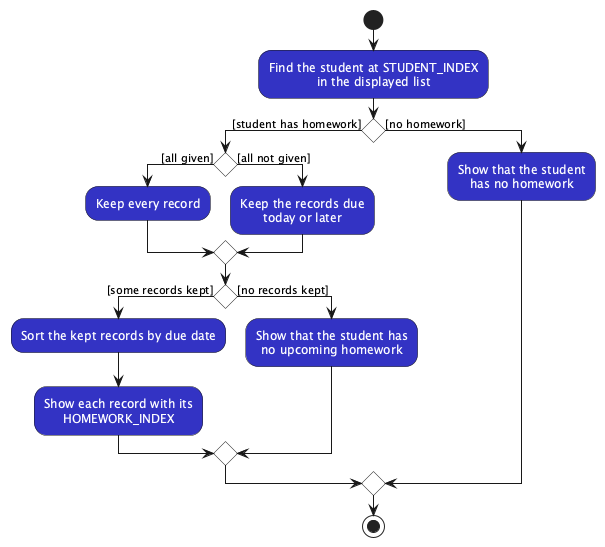
Before: docs/images/HomeworkListActivityDiagram.png, a diagram exported from PlantUML (AY2627S1-CS2103-F12-1/tp).
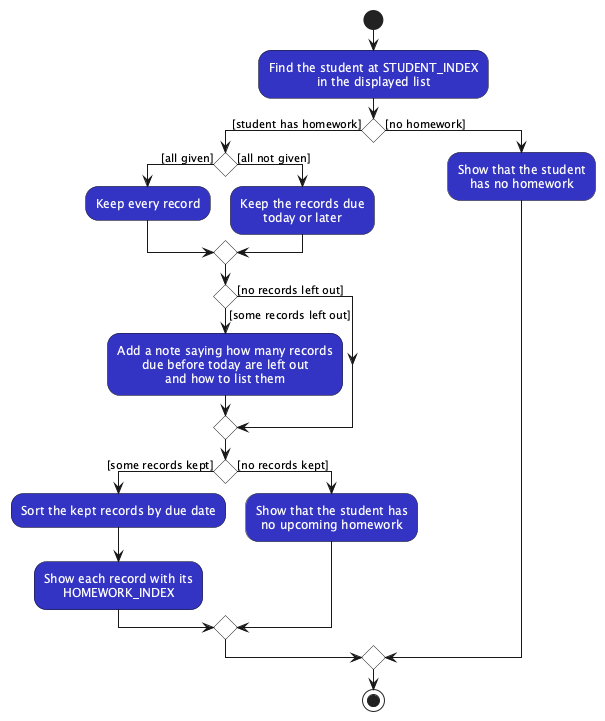
Later version of the same file.

Commit message:
Docs: Show the hidden homework note in list docs

The homework list activity diagram has no step for the note about
records due before today left out, although the developer guide text
above it describes the note. The user guide says the result starts
with `Listed N upcoming homework records for NAME.`, which reads as
the exact first line, but with the note the period comes after it.

Let's add a "some records left out" step that adds the note before
the result is shown, and say the result starts with a line "such as"
that one.

The edit, as a diff of the source:
```diff
@@ -16,6 +16,12 @@
     :Keep the records due
     today or later;
   endif
+  if () then ([some records left out])
+    :Add a note saying how many records
+    due before today are left out
+    and how to list them;
+  else ([no records left out])
+  endif
   if () then ([some records kept])
     :Sort the kept records by due date;
     :Show each record with its
```
